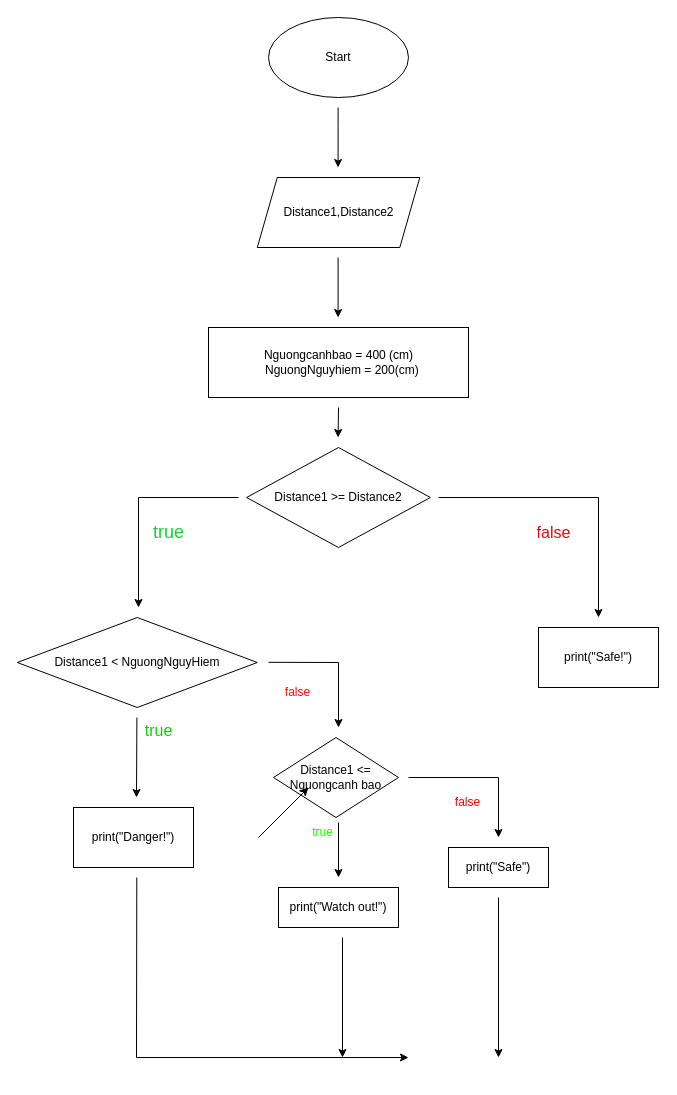
Above: Biểu đồ không có tiêu đề.drawio in Thanhlam43k4/Arduino (draw.io), before the change. Source tidied: cells renumbered, new cells numbered last; positions are measured from the earlier drawing's top-left corner, leaving out a move shared by most shapes. Both pictures are drawn from the tidied source at 100%, with x=0, y=0 at pixel (17, 17).
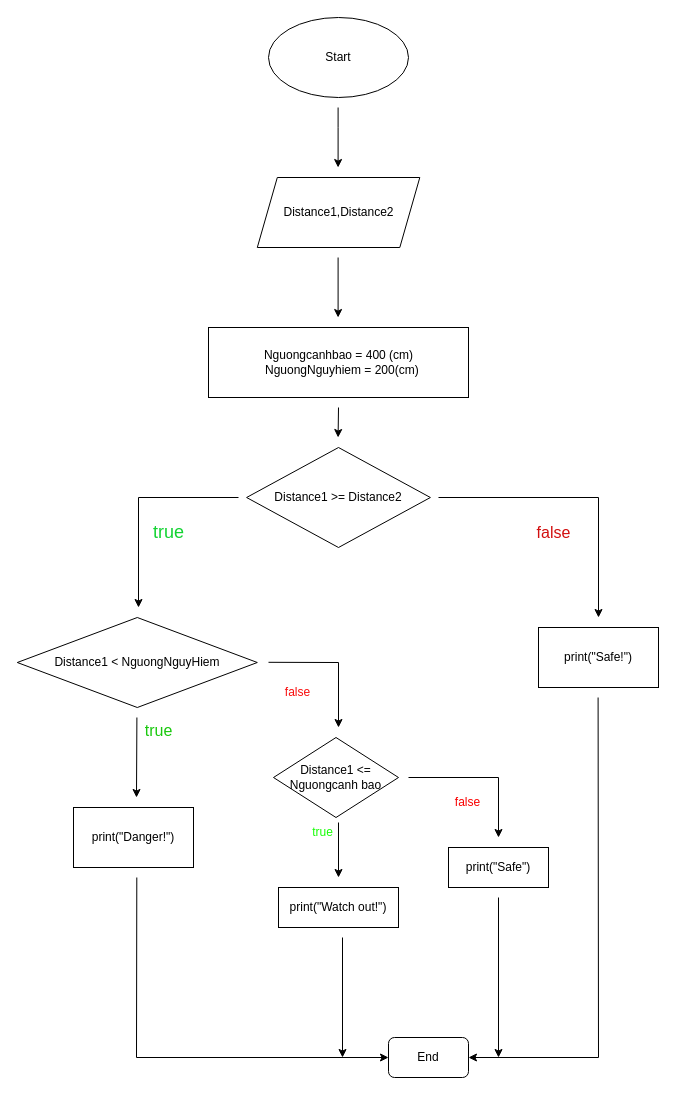
Above is the later version.

Commit message (it also covers changes not shown here):
Cập nhật Biểu đồ không có tiêu đề.drawio

Diff of the diagram source:
```diff
@@
     <mxCell id="28" style="endArrow=classic;html=1;rounded=0;" parent="1" edge="1">
       <mxGeometry relative="1" as="geometry">
         <mxPoint x="119.3" y="860" as="sourcePoint" />
-        <mxPoint x="391" y="1040" as="targetPoint" />
+        <mxPoint x="371" y="1040" as="targetPoint" />
         <Array as="points">
           <mxPoint x="119" y="1040" />
         </Array>
       </mxGeometry>
     </mxCell>
@@
-    <mxCell id="31" style="endArrow=classic;html=1;rounded=0;" parent="1" edge="1">
+    <mxCell id="31" style="endArrow=classic;html=1;rounded=0;entryX=1;entryY=0.5;entryDx=0;entryDy=0;" parent="1" edge="1" target="32">
       <mxGeometry relative="1" as="geometry">
-        <mxPoint x="241" y="820" as="sourcePoint" />
-        <mxPoint x="291" y="770" as="targetPoint" />
+        <mxPoint x="580.6" y="680" as="sourcePoint" />
+        <Array as="points">
+          <mxPoint x="581" y="1040" />
+        </Array>
       </mxGeometry>
     </mxCell>
+    <mxCell id="32" value="End" style="rounded=1;whiteSpace=wrap;html=1;" parent="1" vertex="1">
+      <mxGeometry x="371" y="1020" width="80" height="40" as="geometry" />
+    </mxCell>
```
